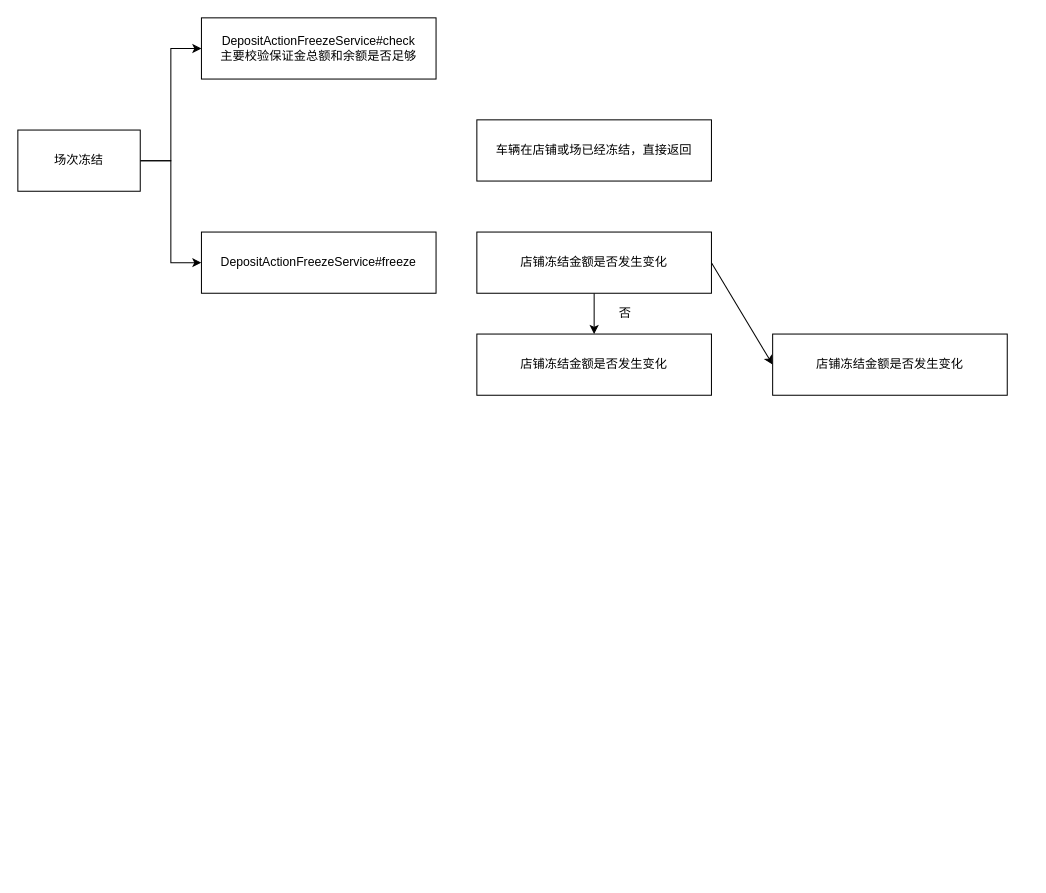
Earlier version of the draw.io diagram trade-deposit/场次冻结.drawio (erlieStar/diagrams). Source tidied: cells renumbered, new cells numbered last; positions are measured from the earlier drawing's top-left corner, leaving out a move shared by most shapes. Both pictures are drawn from the tidied source at 102%, with x=0, y=0 at pixel (17, 17).
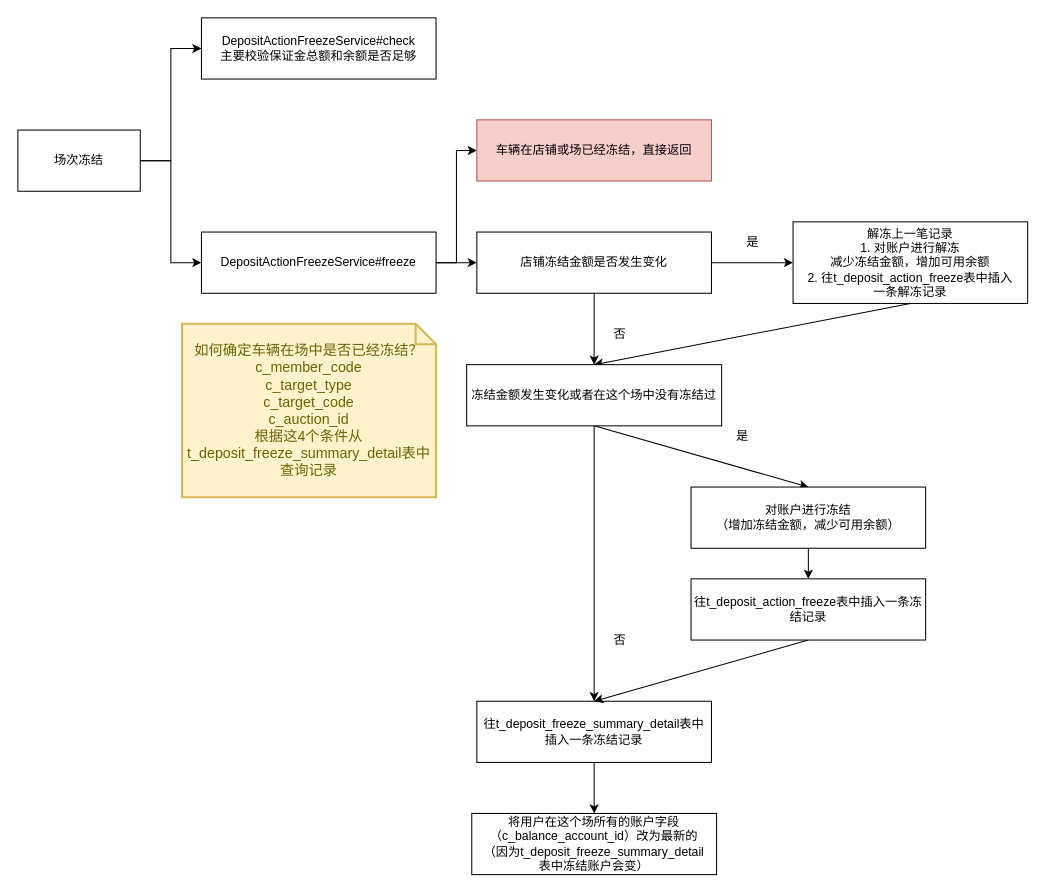
The same diagram, later.

Unchanged cells that the change refers to:
```xml
<mxCell id="5" value="DepositActionFreezeService#freeze" style="rounded=0;whiteSpace=wrap;html=1;" parent="1" vertex="1">
  <mxGeometry x="180" y="210" width="230" height="60" as="geometry" />
</mxCell>
<mxCell id="10" value="店铺冻结金额是否发生变化" style="rounded=0;whiteSpace=wrap;html=1;" parent="1" vertex="1">
  <mxGeometry x="450" y="210" width="230" height="60" as="geometry" />
</mxCell>
```

Change to the diagram source:
```diff
@@
+    <mxCell id="14" style="edgeStyle=orthogonalEdgeStyle;rounded=0;jettySize=auto;html=1;exitX=1;exitY=0.5;exitDx=0;exitDy=0;entryX=0;entryY=0.5;entryDx=0;entryDy=0;" parent="1" edge="1" source="5" target="7">
+      <mxGeometry relative="1" as="geometry" />
+    </mxCell>
+    <mxCell id="15" style="edgeStyle=orthogonalEdgeStyle;rounded=0;jettySize=auto;html=1;exitX=1;exitY=0.5;exitDx=0;exitDy=0;entryX=0;entryY=0.5;entryDx=0;entryDy=0;" parent="1" edge="1" source="5" target="10">
+      <mxGeometry relative="1" as="geometry" />
+    </mxCell>
@@
-    <mxCell id="7" value="车辆在店铺或场已经冻结，直接返回" style="rounded=0;whiteSpace=wrap;html=1;" parent="1" vertex="1">
+    <mxCell id="7" value="车辆在店铺或场已经冻结，直接返回" style="rounded=0;whiteSpace=wrap;html=1;fillColor=#f8cecc;strokeColor=#b85450;" parent="1" vertex="1">
       <mxGeometry x="450" y="100" width="230" height="60" as="geometry" />
     </mxCell>
-    <mxCell id="8" style="edgeStyle=orthogonalEdgeStyle;rounded=0;jettySize=auto;html=1;exitX=0.5;exitY=1;exitDx=0;exitDy=0;entryX=0.5;entryY=0;entryDx=0;entryDy=0;" parent="1" edge="1" source="10" target="12">
-      <mxGeometry relative="1" as="geometry" />
-    </mxCell>
@@
+    <mxCell id="16" style="edgeStyle=none;rounded=0;jettySize=auto;html=1;exitX=0.5;exitY=1;exitDx=0;exitDy=0;entryX=0.5;entryY=0;entryDx=0;entryDy=0;" parent="1" edge="1" source="10" target="24">
+      <mxGeometry relative="1" as="geometry" />
+    </mxCell>
@@
+    <mxCell id="17" style="rounded=0;jettySize=auto;html=1;exitX=0.5;exitY=1;exitDx=0;exitDy=0;entryX=0.5;entryY=0;entryDx=0;entryDy=0;" parent="1" edge="1" source="11" target="24">
+      <mxGeometry relative="1" as="geometry" />
+    </mxCell>
-    <mxCell id="11" value="店铺冻结金额是否发生变化" style="rounded=0;whiteSpace=wrap;html=1;" parent="1" vertex="1">
-      <mxGeometry x="740" y="310" width="230" height="60" as="geometry" />
+    <mxCell id="11" value="解冻上一笔记录&lt;br&gt;1. 对账户进行解冻&lt;br&gt;减少冻结金额，增加可用余额&lt;br&gt;2. 往t_deposit_action_freeze表中插入&lt;br&gt;一条解冻记录" style="rounded=0;whiteSpace=wrap;html=1;" parent="1" vertex="1">
+      <mxGeometry x="760" y="200" width="230" height="80" as="geometry" />
     </mxCell>
-    <mxCell id="12" value="店铺冻结金额是否发生变化" style="rounded=0;whiteSpace=wrap;html=1;" parent="1" vertex="1">
-      <mxGeometry x="450" y="310" width="230" height="60" as="geometry" />
-    </mxCell>
-    <mxCell id="13" value="否" style="text;html=1;align=center;verticalAlign=middle;strokeColor=none;fillColor=none;" parent="1" vertex="1">
-      <mxGeometry x="580" y="280" width="30" height="20" as="geometry" />
-    </mxCell>
+    <mxCell id="18" value="如何确定车辆在场中是否已经冻结？&lt;br&gt;&lt;div&gt;c_member_code&lt;/div&gt;&lt;div&gt;c_target_type&lt;/div&gt;&lt;div&gt;c_target_code&lt;/div&gt;&lt;div&gt;c_auction_id&lt;/div&gt;根据这4个条件从t_deposit_freeze_summary_detail表中查询记录" style="shape=note;strokeWidth=2;fontSize=14;size=20;whiteSpace=wrap;html=1;fillColor=#fff2cc;strokeColor=#d6b656;fontColor=#666600;" parent="1" vertex="1">
+      <mxGeometry x="161" y="300" width="249" height="170" as="geometry" />
+    </mxCell>
+    <mxCell id="19" style="edgeStyle=none;rounded=0;jettySize=auto;html=1;exitX=0.5;exitY=1;exitDx=0;exitDy=0;" parent="1" edge="1" source="20" target="21">
+      <mxGeometry relative="1" as="geometry" />
+    </mxCell>
+    <mxCell id="20" value="往t_deposit_freeze_summary_detail表中插入一条冻结记录" style="rounded=0;whiteSpace=wrap;html=1;" parent="1" vertex="1">
+      <mxGeometry x="450" y="670" width="230" height="60" as="geometry" />
+    </mxCell>
+    <mxCell id="21" value="将用户在这个场所有的账户字段（c_balance_account_id&lt;span&gt;）改为最新的&lt;/span&gt;&lt;br&gt;（因为t_deposit_freeze_summary_detail&lt;br&gt;表中冻结账户会变）" style="rounded=0;whiteSpace=wrap;html=1;" parent="1" vertex="1">
+      <mxGeometry x="445" y="780" width="240" height="60" as="geometry" />
+    </mxCell>
+    <mxCell id="22" style="edgeStyle=none;rounded=0;jettySize=auto;html=1;exitX=0.5;exitY=1;exitDx=0;exitDy=0;entryX=0.5;entryY=0;entryDx=0;entryDy=0;" parent="1" edge="1" source="24" target="20">
+      <mxGeometry relative="1" as="geometry" />
+    </mxCell>
+    <mxCell id="23" style="edgeStyle=none;rounded=0;jettySize=auto;html=1;exitX=0.5;exitY=1;exitDx=0;exitDy=0;entryX=0.5;entryY=0;entryDx=0;entryDy=0;" parent="1" edge="1" source="24" target="26">
+      <mxGeometry relative="1" as="geometry" />
+    </mxCell>
+    <mxCell id="24" value="冻结金额发生变化或者在这个场中没有冻结过" style="rounded=0;whiteSpace=wrap;html=1;" parent="1" vertex="1">
+      <mxGeometry x="440" y="340" width="250" height="60" as="geometry" />
+    </mxCell>
+    <mxCell id="25" style="edgeStyle=none;rounded=0;jettySize=auto;html=1;exitX=0.5;exitY=1;exitDx=0;exitDy=0;entryX=0.5;entryY=0;entryDx=0;entryDy=0;" parent="1" edge="1" source="26" target="28">
+      <mxGeometry relative="1" as="geometry" />
+    </mxCell>
+    <mxCell id="26" value="对账户进行冻结&lt;br&gt;（增加冻结金额，减少可用余额）" style="rounded=0;whiteSpace=wrap;html=1;" parent="1" vertex="1">
+      <mxGeometry x="660" y="460" width="230" height="60" as="geometry" />
+    </mxCell>
+    <mxCell id="27" style="edgeStyle=none;rounded=0;jettySize=auto;html=1;exitX=0.5;exitY=1;exitDx=0;exitDy=0;entryX=0.5;entryY=0;entryDx=0;entryDy=0;" parent="1" edge="1" source="28" target="20">
+      <mxGeometry relative="1" as="geometry" />
+    </mxCell>
+    <mxCell id="28" value="往t_deposit_action_freeze表中插入一条冻结记录" style="rounded=0;whiteSpace=wrap;html=1;" parent="1" vertex="1">
+      <mxGeometry x="660" y="550" width="230" height="60" as="geometry" />
+    </mxCell>
+    <mxCell id="29" value="否" style="text;html=1;align=center;verticalAlign=middle;strokeColor=none;fillColor=none;" parent="1" vertex="1">
+      <mxGeometry x="575" y="600" width="30" height="20" as="geometry" />
+    </mxCell>
+    <mxCell id="30" value="否" style="text;html=1;align=center;verticalAlign=middle;strokeColor=none;fillColor=none;" parent="1" vertex="1">
+      <mxGeometry x="575" y="300" width="30" height="20" as="geometry" />
+    </mxCell>
+    <mxCell id="31" value="是" style="text;html=1;align=center;verticalAlign=middle;strokeColor=none;fillColor=none;" parent="1" vertex="1">
+      <mxGeometry x="705" y="210" width="30" height="20" as="geometry" />
+    </mxCell>
+    <mxCell id="32" value="是" style="text;html=1;align=center;verticalAlign=middle;strokeColor=none;fillColor=none;" parent="1" vertex="1">
+      <mxGeometry x="695" y="400" width="30" height="20" as="geometry" />
+    </mxCell>
```
